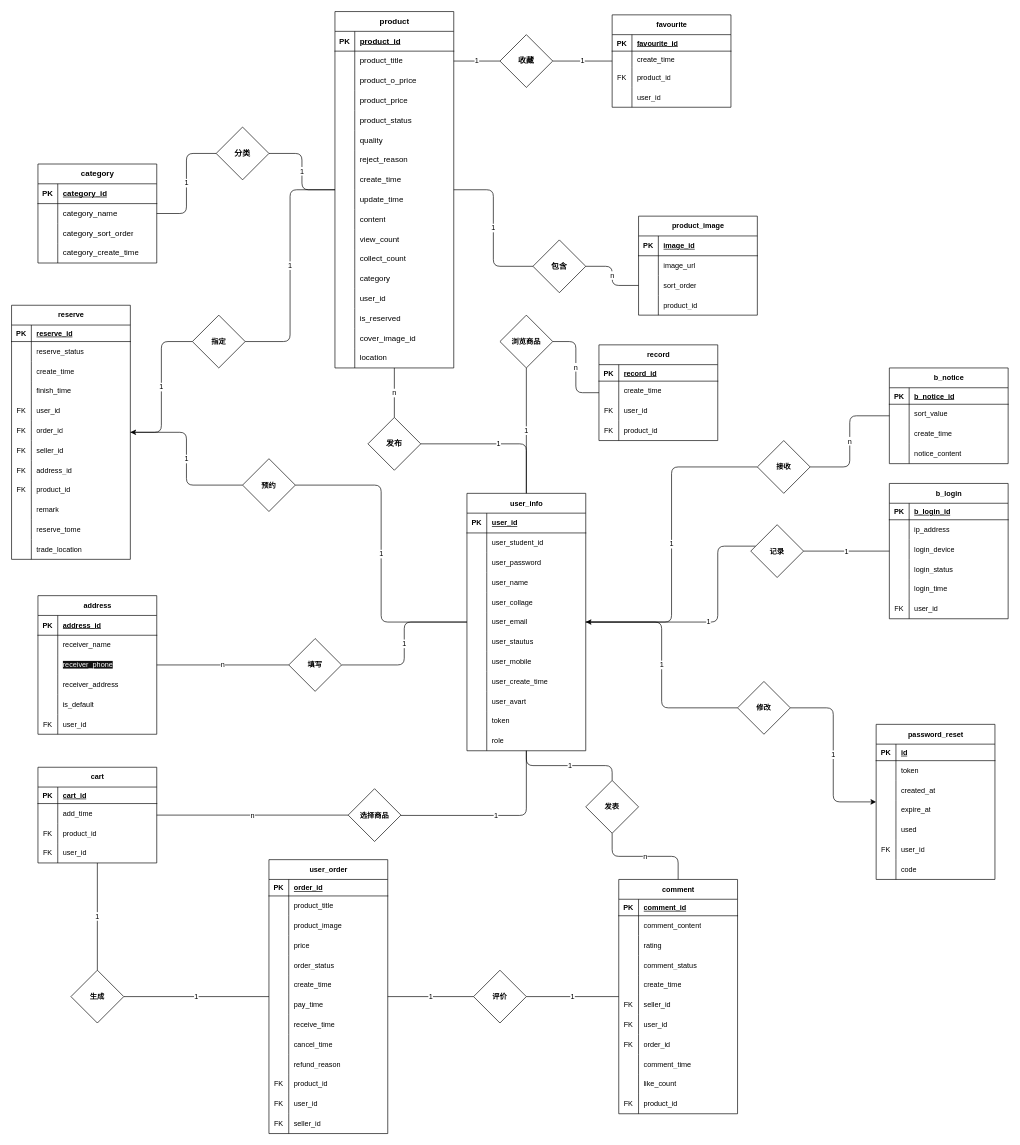
Earlier version of the draw.io diagram ER_new.drawio (HypHOD/db_design_sql). Source tidied: cells renumbered, new cells numbered last; positions are measured from the earlier drawing's top-left corner, leaving out a move shared by most shapes. Both pictures are drawn from the tidied source at 66%, with x=0, y=0 at pixel (11, 11).
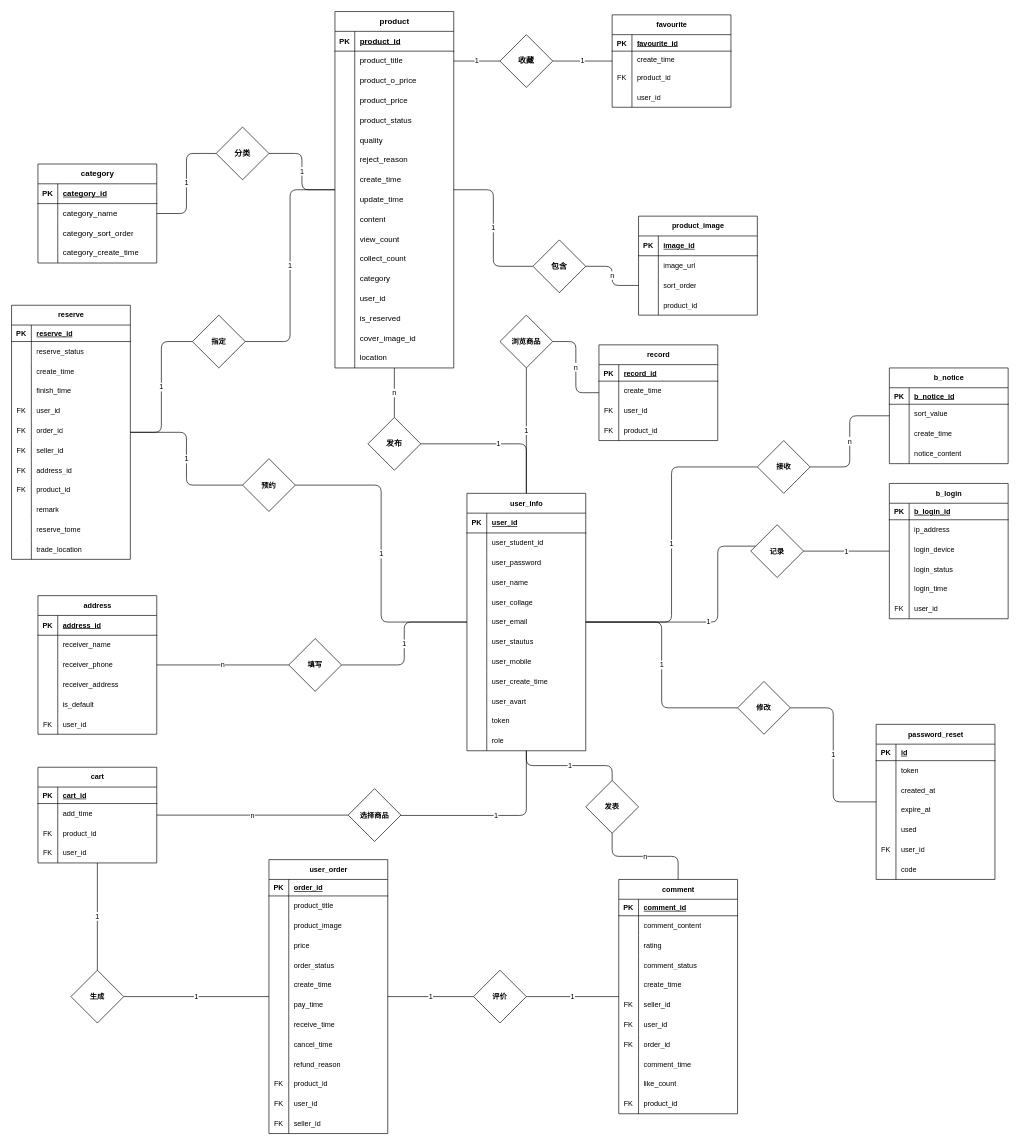
The same page after the edit.

The change refers to these unchanged cells:
```xml
<mxCell id="93" style="shape=tableRow;horizontal=0;startSize=0;swimlaneHead=0;swimlaneBody=0;fillColor=none;top=0;left=0;right=0;bottom=0;fontFamily=Helvetica;fontSize=11;fontColor=default;labelBackgroundColor=default;" parent="86" vertex="1">
  <mxGeometry y="90" width="180" height="30" as="geometry" />
</mxCell>
<mxCell id="111" value="user_info" style="shape=table;startSize=30;childLayout=tableLayout;rowLines=0;fontStyle=1;align=center;html=1;fontFamily=Helvetica;fontSize=11;fontColor=default;labelBackgroundColor=default;" parent="1" vertex="1">
  <mxGeometry x="690" y="730" width="180" height="390" as="geometry" />
</mxCell>
<mxCell id="273" value="reserve" style="shape=table;startSize=30;childLayout=tableLayout;rowLines=0;fontStyle=1;align=center;html=1;fontFamily=Helvetica;fontSize=11;fontColor=default;labelBackgroundColor=default;" parent="1" vertex="1">
  <mxGeometry y="445" width="180" height="385" as="geometry" />
</mxCell>
<mxCell id="331" value="指定" style="rhombus;whiteSpace=wrap;html=1;fontSize=11;startSize=30;fontStyle=1;labelBackgroundColor=default;" parent="1" vertex="1">
  <mxGeometry x="274" y="460" width="80" height="80" as="geometry" />
</mxCell>
<mxCell id="360" value="password_reset" style="shape=table;startSize=30;childLayout=tableLayout;rowLines=0;fontStyle=1;align=center;html=1;fontFamily=Helvetica;fontSize=11;fontColor=default;labelBackgroundColor=default;" parent="1" vertex="1">
  <mxGeometry x="1310" y="1080" width="180" height="235" as="geometry" />
</mxCell>
<mxCell id="384" value="修改" style="rhombus;whiteSpace=wrap;html=1;fontSize=11;startSize=30;fontStyle=1;labelBackgroundColor=default;" parent="1" vertex="1">
  <mxGeometry x="1100" y="1015" width="80" height="80" as="geometry" />
</mxCell>
```

The edit, as a diff of the source:
```diff
@@
-    <mxCell id="95" value="&lt;span style=&quot;color: rgb(255, 255, 255); font-family: Helvetica; font-size: 11px; font-style: normal; font-variant-ligatures: normal; font-variant-caps: normal; font-weight: 400; letter-spacing: normal; orphans: 2; text-align: left; text-indent: 0px; text-transform: none; widows: 2; word-spacing: 0px; -webkit-text-stroke-width: 0px; white-space: normal; background-color: rgb(18, 18, 18); text-decoration-thickness: initial; text-decoration-style: initial; text-decoration-color: initial; display: inline !important; float: none;&quot;&gt;receiver_phone&lt;/span&gt;" style="shape=partialRectangle;fillColor=none;top=0;left=0;bottom=0;right=0;align=left;spacingLeft=6;overflow=hidden;whiteSpace=wrap;html=1;fontFamily=Helvetica;fontSize=11;fontColor=default;labelBackgroundColor=default;" parent="93" vertex="1">
+    <mxCell id="95" value="receiver_phone" style="shape=partialRectangle;fillColor=none;top=0;left=0;bottom=0;right=0;align=left;spacingLeft=6;overflow=hidden;whiteSpace=wrap;html=1;fontFamily=Helvetica;fontSize=11;fontColor=default;labelBackgroundColor=default;" parent="93" vertex="1">
       <mxGeometry x="30" width="150" height="30" as="geometry" />
     </mxCell>
@@
-    <mxCell id="330" value="1" style="edgeStyle=orthogonalEdgeStyle;rounded=1;jettySize=auto;html=1;curved=0;" parent="1" edge="1" source="331" target="273">
+    <mxCell id="330" value="1" style="edgeStyle=orthogonalEdgeStyle;rounded=1;jettySize=auto;html=1;curved=0;endArrow=none;endFill=0;" parent="1" edge="1" source="331" target="273">
       <mxGeometry relative="1" as="geometry" />
     </mxCell>
@@
-    <mxCell id="382" value="1" style="edgeStyle=orthogonalEdgeStyle;rounded=1;jettySize=auto;html=1;curved=0;" parent="1" edge="1" source="384" target="111">
+    <mxCell id="382" value="1" style="edgeStyle=orthogonalEdgeStyle;rounded=1;jettySize=auto;html=1;curved=0;endArrow=none;endFill=0;" parent="1" edge="1" source="384" target="111">
       <mxGeometry relative="1" as="geometry" />
     </mxCell>
-    <mxCell id="383" value="1" style="edgeStyle=orthogonalEdgeStyle;rounded=1;jettySize=auto;html=1;curved=0;" parent="1" edge="1" source="384" target="360">
+    <mxCell id="383" value="1" style="edgeStyle=orthogonalEdgeStyle;rounded=1;jettySize=auto;html=1;curved=0;endArrow=none;endFill=0;" parent="1" edge="1" source="384" target="360">
       <mxGeometry relative="1" as="geometry" />
     </mxCell>
```
